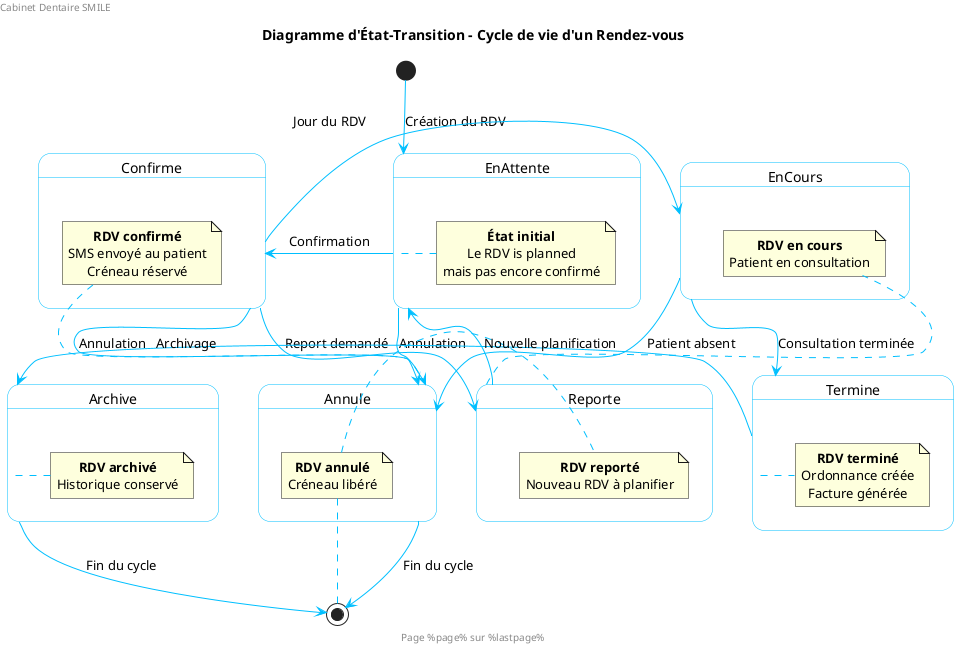
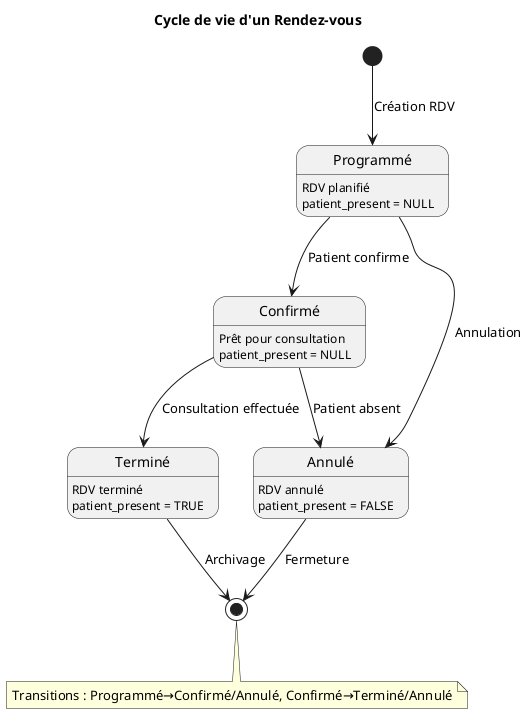
@startuml
- left header Cabinet Dentaire SMILE
- right header Diagramme d'État-Transition
- footer Page %page% sur %lastpage%
+ title   Cycle de vie d'un Rendez-vous

- title Diagramme d'État-Transition - Cycle de vie d'un Rendez-vous
+ [*] --> Programmé : Création RDV

- ' Configuration simple et claire
- skinparam state {
-   BackgroundColor White
-   BorderColor DeepSkyBlue
-   ArrowColor DeepSkyBlue
-   RoundCorner 10
-   StartColor DeepSkyBlue
-   EndColor Red
- }
- skinparam shadowing false
- skinparam defaultTextAlignment center
+ state Programmé : RDV planifié
+ state Programmé : patient_present = NULL

- ' === ÉTATS DU RENDEZ-VOUS ===
+ Programmé --> Confirmé : Patient confirme
+ Programmé --> Annulé : Annulation

- [*] --> EnAttente : Création du RDV
+ state Confirmé : Prêt pour consultation
+ state Confirmé : patient_present = NULL

- state EnAttente {
-   note right
-     <b>État initial</b>
-     Le RDV is planned
-     mais pas encore confirmé
-   end note
- }
+ Confirmé --> Terminé : Consultation effectuée
+ Confirmé --> Annulé : Patient absent

- EnAttente --> Confirme : Confirmation
- EnAttente --> Annule : Annulation
+ state Terminé : RDV terminé
+ state Terminé : patient_present = TRUE

- state Confirme {
-   note right
-     <b>RDV confirmé</b>
-     SMS envoyé au patient
-     Créneau réservé
-   end note
- }
+ Terminé --> [*] : Archivage

- Confirme --> EnCours : Jour du RDV
- Confirme --> Annule : Annulation
- Confirme --> Reporte : Report demandé
+ state Annulé : RDV annulé
+ state Annulé : patient_present = FALSE

- state EnCours {
-   note right
-     <b>RDV en cours</b>
-     Patient en consultation
-   end note
- }
+ Annulé --> [*] : Fermeture

- EnCours --> Termine : Consultation terminée
- EnCours --> Annule : Patient absent
- 
- state Termine {
-   note right
-     <b>RDV terminé</b>
-     Ordonnance créée
-     Facture générée
-   end note
- }
- 
- Termine --> Archive : Archivage
- 
- state Archive {
-   note right
-     <b>RDV archivé</b>
-     Historique conservé
-   end note
- }
- 
- Archive --> [*] : Fin du cycle
- 
- state Annule {
-   note right
-     <b>RDV annulé</b>
-     Créneau libéré
-   end note
- }
- 
- Annule --> [*] : Fin du cycle
- 
- state Reporte {
-   note right
-     <b>RDV reporté</b>
-     Nouveau RDV à planifier
-   end note
- }
- 
- Reporte --> EnAttente : Nouvelle planification
+ note bottom
+   Transitions : Programmé→Confirmé/Annulé, Confirmé→Terminé/Annulé
+ end note

@enduml